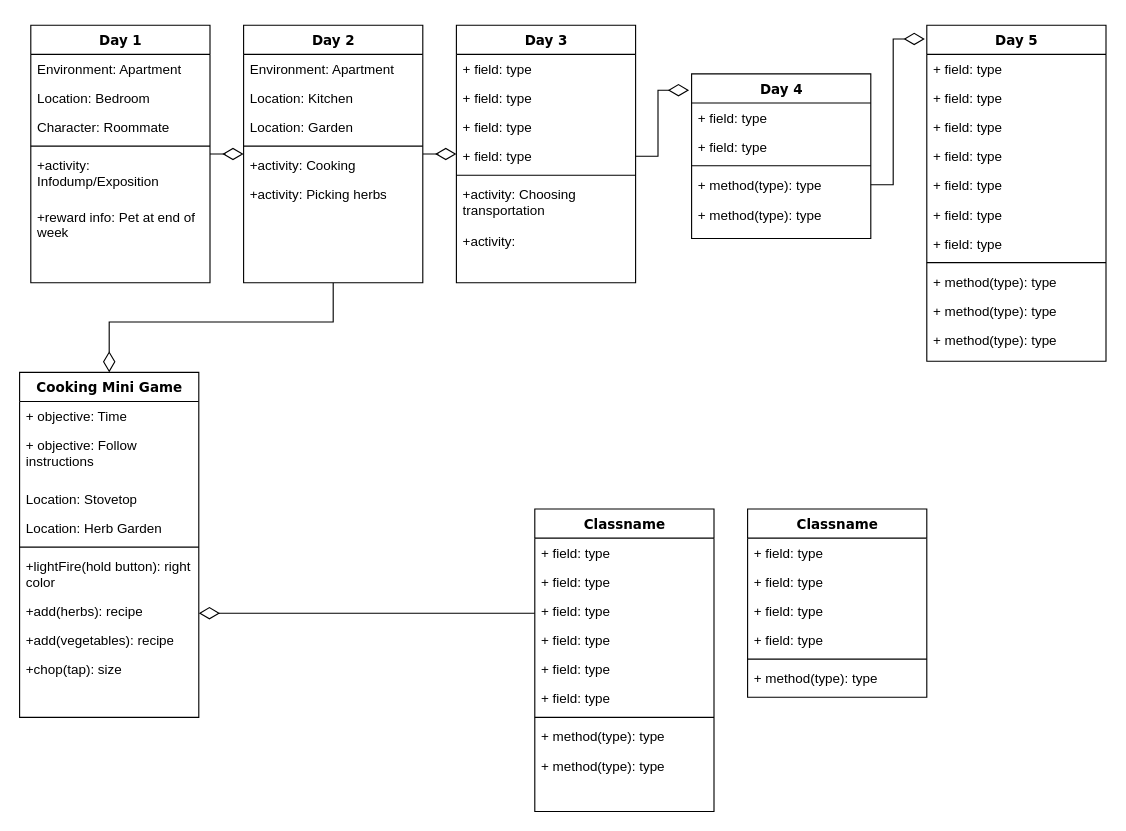
cs-utulsa/Wake-Up-RPG keeps this draw.io diagram as WakeUpRPG.drawio. Above is the earlier version. Source tidied: cells renumbered, new cells numbered last; positions are measured from the earlier drawing's top-left corner, leaving out a move shared by most shapes. Both pictures are drawn from the tidied source at 112%, with x=0, y=0 at pixel (19, 25).
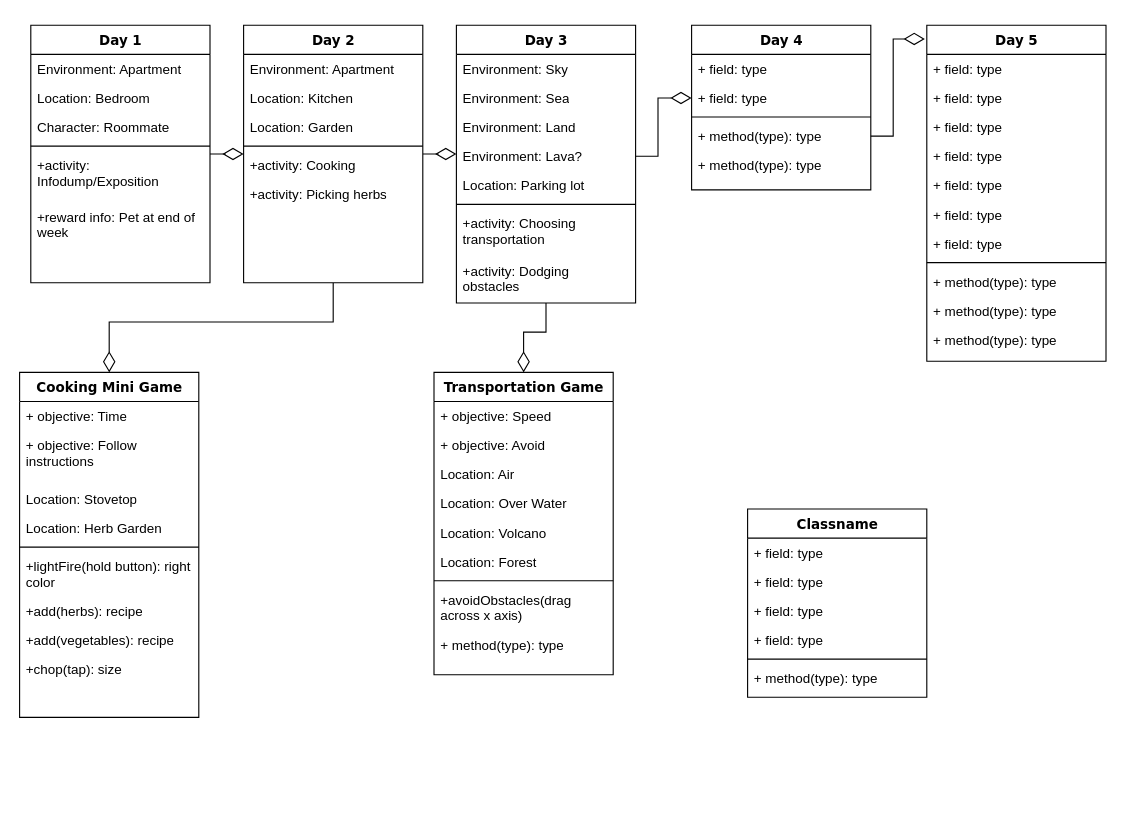
Above is the later version.

The change refers to these unchanged cells:
```xml
<mxCell id="40" value="Cooking Mini Game" style="swimlane;html=1;fontStyle=1;align=center;verticalAlign=top;horizontal=1;startSize=26;swimlaneFillColor=#ffffff;rounded=0;shadow=0;comic=0;labelBackgroundColor=none;strokeWidth=1;fillColor=none;fontFamily=Verdana;fontSize=12;" parent="1" vertex="1">
  <mxGeometry y="310" width="160" height="308" as="geometry" />
</mxCell>
<mxCell id="69" value="+ field: type" style="text;html=1;strokeColor=none;fillColor=none;align=left;verticalAlign=top;spacingLeft=4;spacingRight=4;whiteSpace=wrap;overflow=hidden;points=[[0,0.5],[1,0.5]];portConstraint=eastwest;" parent="67" vertex="1">
  <mxGeometry y="52" width="160" height="26" as="geometry" />
</mxCell>
```

Diff of the diagram source:
```diff
@@
+    <mxCell id="76" style="edgeStyle=orthogonalEdgeStyle;rounded=0;jettySize=auto;html=1;exitX=0.5;exitY=1;exitDx=0;exitDy=0;entryX=0.5;entryY=0;entryDx=0;entryDy=0;endArrow=diamondThin;endFill=0;endSize=16;" parent="1" edge="1" source="19" target="50">
+      <mxGeometry relative="1" as="geometry" />
+    </mxCell>
     <mxCell id="19" value="Day 3" style="swimlane;html=1;fontStyle=1;align=center;verticalAlign=top;horizontal=1;startSize=26;swimlaneFillColor=#ffffff;rounded=0;shadow=0;comic=0;labelBackgroundColor=none;strokeWidth=1;fillColor=none;fontFamily=Verdana;fontSize=12;" parent="1" vertex="1">
-      <mxGeometry x="390" width="160" height="230" as="geometry" />
+      <mxGeometry x="390" width="160" height="248" as="geometry" />
     </mxCell>
-    <mxCell id="20" value="+ field: type" style="text;html=1;strokeColor=none;fillColor=none;align=left;verticalAlign=top;spacingLeft=4;spacingRight=4;whiteSpace=wrap;overflow=hidden;" parent="19" vertex="1">
+    <mxCell id="20" value="Environment: Sky" style="text;html=1;strokeColor=none;fillColor=none;align=left;verticalAlign=top;spacingLeft=4;spacingRight=4;whiteSpace=wrap;overflow=hidden;" parent="19" vertex="1">
       <mxGeometry y="26" width="160" height="26" as="geometry" />
     </mxCell>
-    <mxCell id="21" value="+ field: type" style="text;html=1;strokeColor=none;fillColor=none;align=left;verticalAlign=top;spacingLeft=4;spacingRight=4;whiteSpace=wrap;overflow=hidden;" parent="19" vertex="1">
+    <mxCell id="21" value="Environment: Sea" style="text;html=1;strokeColor=none;fillColor=none;align=left;verticalAlign=top;spacingLeft=4;spacingRight=4;whiteSpace=wrap;overflow=hidden;" parent="19" vertex="1">
       <mxGeometry y="52" width="160" height="26" as="geometry" />
     </mxCell>
-    <mxCell id="22" value="+ field: type" style="text;html=1;strokeColor=none;fillColor=none;align=left;verticalAlign=top;spacingLeft=4;spacingRight=4;whiteSpace=wrap;overflow=hidden;" parent="19" vertex="1">
+    <mxCell id="22" value="Environment: Land" style="text;html=1;strokeColor=none;fillColor=none;align=left;verticalAlign=top;spacingLeft=4;spacingRight=4;whiteSpace=wrap;overflow=hidden;" parent="19" vertex="1">
       <mxGeometry y="78" width="160" height="26" as="geometry" />
     </mxCell>
-    <mxCell id="23" value="+ field: type" style="text;html=1;strokeColor=none;fillColor=none;align=left;verticalAlign=top;spacingLeft=4;spacingRight=4;whiteSpace=wrap;overflow=hidden;points=[[0,0.5],[1,0.5]];portConstraint=eastwest;" parent="19" vertex="1">
+    <mxCell id="23" value="Environment: Lava?" style="text;html=1;strokeColor=none;fillColor=none;align=left;verticalAlign=top;spacingLeft=4;spacingRight=4;whiteSpace=wrap;overflow=hidden;points=[[0,0.5],[1,0.5]];portConstraint=eastwest;" parent="19" vertex="1">
       <mxGeometry y="104" width="160" height="26" as="geometry" />
     </mxCell>
+    <mxCell id="77" value="Location: Parking lot" style="text;html=1;strokeColor=none;fillColor=none;align=left;verticalAlign=top;spacingLeft=4;spacingRight=4;whiteSpace=wrap;overflow=hidden;" parent="19" vertex="1">
+      <mxGeometry y="130" width="160" height="26" as="geometry" />
+    </mxCell>
     <mxCell id="24" style="line;html=1;strokeWidth=1;fillColor=none;align=left;verticalAlign=middle;spacingTop=-1;spacingLeft=3;spacingRight=3;labelPosition=right;" parent="19" vertex="1">
-      <mxGeometry y="130" width="160" height="8" as="geometry" />
+      <mxGeometry y="156" width="160" height="8" as="geometry" />
     </mxCell>
     <mxCell id="25" value="+activity: Choosing transportation" style="text;html=1;strokeColor=none;fillColor=none;align=left;verticalAlign=top;spacingLeft=4;spacingRight=4;whiteSpace=wrap;overflow=hidden;" parent="19" vertex="1">
-      <mxGeometry y="138" width="160" height="42" as="geometry" />
+      <mxGeometry y="164" width="160" height="42" as="geometry" />
     </mxCell>
-    <mxCell id="26" value="+activity:&amp;nbsp;" style="text;html=1;strokeColor=none;fillColor=none;align=left;verticalAlign=top;spacingLeft=4;spacingRight=4;whiteSpace=wrap;overflow=hidden;" parent="19" vertex="1">
-      <mxGeometry y="180" width="160" height="42" as="geometry" />
+    <mxCell id="26" value="+activity: Dodging obstacles&amp;nbsp;" style="text;html=1;strokeColor=none;fillColor=none;align=left;verticalAlign=top;spacingLeft=4;spacingRight=4;whiteSpace=wrap;overflow=hidden;" parent="19" vertex="1">
+      <mxGeometry y="206" width="160" height="42" as="geometry" />
     </mxCell>
@@
-    <mxCell id="39" style="edgeStyle=elbowEdgeStyle;html=1;labelBackgroundColor=none;startFill=0;startSize=8;endArrow=diamondThin;endFill=0;endSize=16;fontFamily=Verdana;fontSize=12;elbow=vertical;" parent="1" edge="1" source="50" target="40">
-      <mxGeometry relative="1" as="geometry" />
-    </mxCell>
@@
-    <mxCell id="50" value="Classname" style="swimlane;html=1;fontStyle=1;align=center;verticalAlign=top;horizontal=1;startSize=26;swimlaneFillColor=#ffffff;rounded=0;shadow=0;comic=0;labelBackgroundColor=none;strokeWidth=1;fillColor=none;fontFamily=Verdana;fontSize=12;" parent="1" vertex="1">
-      <mxGeometry x="460" y="432" width="160" height="270" as="geometry" />
+    <mxCell id="50" value="Transportation Game" style="swimlane;html=1;fontStyle=1;align=center;verticalAlign=top;horizontal=1;startSize=26;swimlaneFillColor=#ffffff;rounded=0;shadow=0;comic=0;labelBackgroundColor=none;strokeWidth=1;fillColor=none;fontFamily=Verdana;fontSize=12;" parent="1" vertex="1">
+      <mxGeometry x="370" y="310" width="160" height="270" as="geometry" />
     </mxCell>
-    <mxCell id="51" value="+ field: type" style="text;html=1;strokeColor=none;fillColor=none;align=left;verticalAlign=top;spacingLeft=4;spacingRight=4;whiteSpace=wrap;overflow=hidden;" parent="50" vertex="1">
+    <mxCell id="51" value="+ objective: Speed" style="text;html=1;strokeColor=none;fillColor=none;align=left;verticalAlign=top;spacingLeft=4;spacingRight=4;whiteSpace=wrap;overflow=hidden;" parent="50" vertex="1">
       <mxGeometry y="26" width="160" height="26" as="geometry" />
     </mxCell>
-    <mxCell id="52" value="+ field: type" style="text;html=1;strokeColor=none;fillColor=none;align=left;verticalAlign=top;spacingLeft=4;spacingRight=4;whiteSpace=wrap;overflow=hidden;" parent="50" vertex="1">
+    <mxCell id="52" value="+ objective: Avoid" style="text;html=1;strokeColor=none;fillColor=none;align=left;verticalAlign=top;spacingLeft=4;spacingRight=4;whiteSpace=wrap;overflow=hidden;" parent="50" vertex="1">
       <mxGeometry y="52" width="160" height="26" as="geometry" />
     </mxCell>
-    <mxCell id="53" value="+ field: type" style="text;html=1;strokeColor=none;fillColor=none;align=left;verticalAlign=top;spacingLeft=4;spacingRight=4;whiteSpace=wrap;overflow=hidden;" parent="50" vertex="1">
+    <mxCell id="53" value="Location: Air" style="text;html=1;strokeColor=none;fillColor=none;align=left;verticalAlign=top;spacingLeft=4;spacingRight=4;whiteSpace=wrap;overflow=hidden;" parent="50" vertex="1">
       <mxGeometry y="78" width="160" height="26" as="geometry" />
     </mxCell>
-    <mxCell id="54" value="+ field: type" style="text;html=1;strokeColor=none;fillColor=none;align=left;verticalAlign=top;spacingLeft=4;spacingRight=4;whiteSpace=wrap;overflow=hidden;" parent="50" vertex="1">
+    <mxCell id="54" value="Location: Over Water" style="text;html=1;strokeColor=none;fillColor=none;align=left;verticalAlign=top;spacingLeft=4;spacingRight=4;whiteSpace=wrap;overflow=hidden;" parent="50" vertex="1">
       <mxGeometry y="104" width="160" height="26" as="geometry" />
     </mxCell>
-    <mxCell id="55" value="+ field: type" style="text;html=1;strokeColor=none;fillColor=none;align=left;verticalAlign=top;spacingLeft=4;spacingRight=4;whiteSpace=wrap;overflow=hidden;" parent="50" vertex="1">
+    <mxCell id="55" value="Location: Volcano" style="text;html=1;strokeColor=none;fillColor=none;align=left;verticalAlign=top;spacingLeft=4;spacingRight=4;whiteSpace=wrap;overflow=hidden;" parent="50" vertex="1">
       <mxGeometry y="130" width="160" height="26" as="geometry" />
     </mxCell>
-    <mxCell id="56" value="+ field: type" style="text;html=1;strokeColor=none;fillColor=none;align=left;verticalAlign=top;spacingLeft=4;spacingRight=4;whiteSpace=wrap;overflow=hidden;" parent="50" vertex="1">
+    <mxCell id="56" value="Location: Forest" style="text;html=1;strokeColor=none;fillColor=none;align=left;verticalAlign=top;spacingLeft=4;spacingRight=4;whiteSpace=wrap;overflow=hidden;" parent="50" vertex="1">
       <mxGeometry y="156" width="160" height="26" as="geometry" />
     </mxCell>
@@
-    <mxCell id="58" value="+ method(type): type" style="text;html=1;strokeColor=none;fillColor=none;align=left;verticalAlign=top;spacingLeft=4;spacingRight=4;whiteSpace=wrap;overflow=hidden;" parent="50" vertex="1">
-      <mxGeometry y="190" width="160" height="26" as="geometry" />
+    <mxCell id="58" value="+avoidObstacles(drag across x axis)" style="text;html=1;strokeColor=none;fillColor=none;align=left;verticalAlign=top;spacingLeft=4;spacingRight=4;whiteSpace=wrap;overflow=hidden;" parent="50" vertex="1">
+      <mxGeometry y="190" width="160" height="40" as="geometry" />
     </mxCell>
     <mxCell id="59" value="+ method(type): type" style="text;html=1;strokeColor=none;fillColor=none;align=left;verticalAlign=top;spacingLeft=4;spacingRight=4;whiteSpace=wrap;overflow=hidden;" parent="50" vertex="1">
-      <mxGeometry y="216" width="160" height="26" as="geometry" />
+      <mxGeometry y="230" width="160" height="26" as="geometry" />
     </mxCell>
@@
     <mxCell id="67" value="Day 4" style="swimlane;html=1;fontStyle=1;align=center;verticalAlign=top;horizontal=1;startSize=26;swimlaneFillColor=#ffffff;rounded=0;shadow=0;comic=0;labelBackgroundColor=none;strokeWidth=1;fillColor=none;fontFamily=Verdana;fontSize=12;" parent="1" vertex="1">
-      <mxGeometry x="600" y="43.5" width="160" height="147" as="geometry" />
+      <mxGeometry x="600" width="160" height="147" as="geometry" />
     </mxCell>
@@
-    <mxCell id="74" style="edgeStyle=orthogonalEdgeStyle;rounded=0;jettySize=auto;html=1;exitX=1;exitY=0.5;exitDx=0;exitDy=0;entryX=-0.014;entryY=0.099;entryDx=0;entryDy=0;endArrow=diamondThin;endFill=0;entryPerimeter=0;endSize=16;" parent="1" edge="1" source="23" target="67">
+    <mxCell id="74" style="edgeStyle=orthogonalEdgeStyle;rounded=0;jettySize=auto;html=1;exitX=1;exitY=0.5;exitDx=0;exitDy=0;entryX=0;entryY=0.5;entryDx=0;entryDy=0;endArrow=diamondThin;endFill=0;endSize=16;" parent="1" edge="1" source="23" target="69">
       <mxGeometry relative="1" as="geometry" />
     </mxCell>
```
